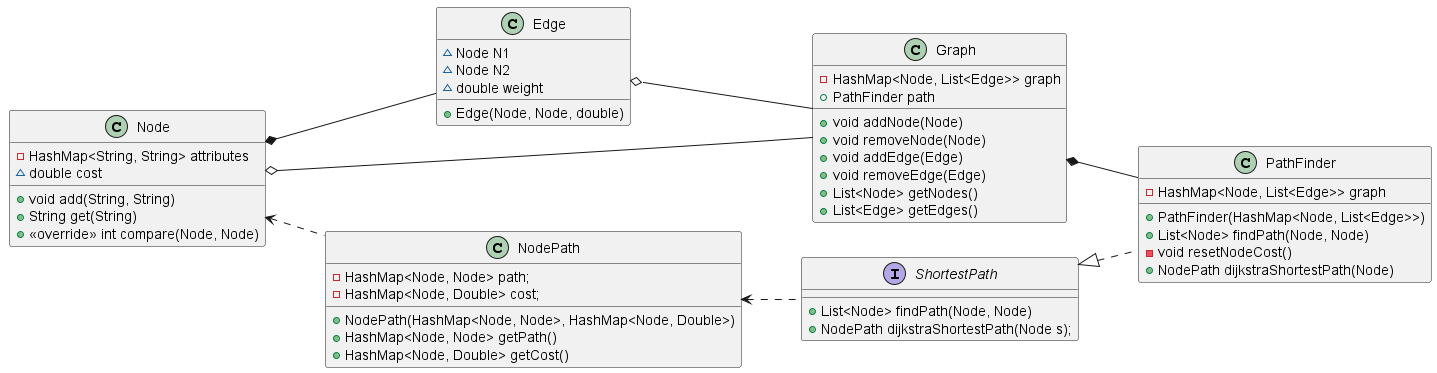
Before: diagrams/uml/pathfinder.png, a diagram exported from PlantUML (AliMVirk/Island-Mesh-Generator).
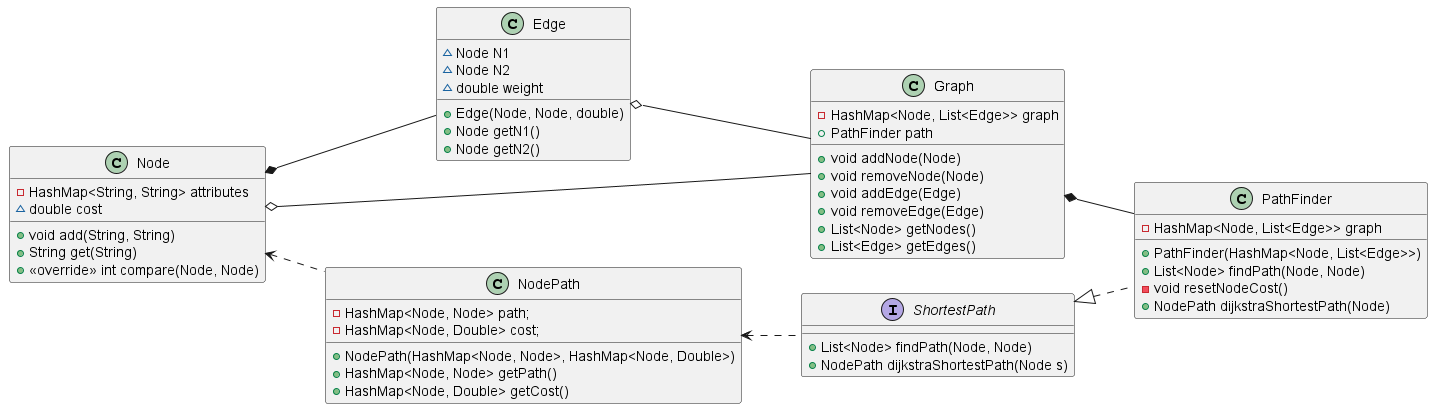
The same diagram one commit later.

Commit message:
Update class diagram

Diff of the diagram source:
```diff
@@ -14,6 +14,8 @@
     ~Node N2
     ~double weight
     +Edge(Node, Node, double)
+    +Node getN1()
+    +Node getN2()
 }
 
 class Graph {
@@ -37,7 +39,7 @@
 
 interface ShortestPath {
     +List<Node> findPath(Node, Node)
-    +NodePath dijkstraShortestPath(Node s);
+    +NodePath dijkstraShortestPath(Node s)
 }
 
 class NodePath {
@@ -53,7 +55,6 @@
 ShortestPath <|.. PathFinder
 Node *-- Edge
 Graph *-- PathFinder
-
 Node <.. NodePath
 NodePath <.. ShortestPath
 
```
